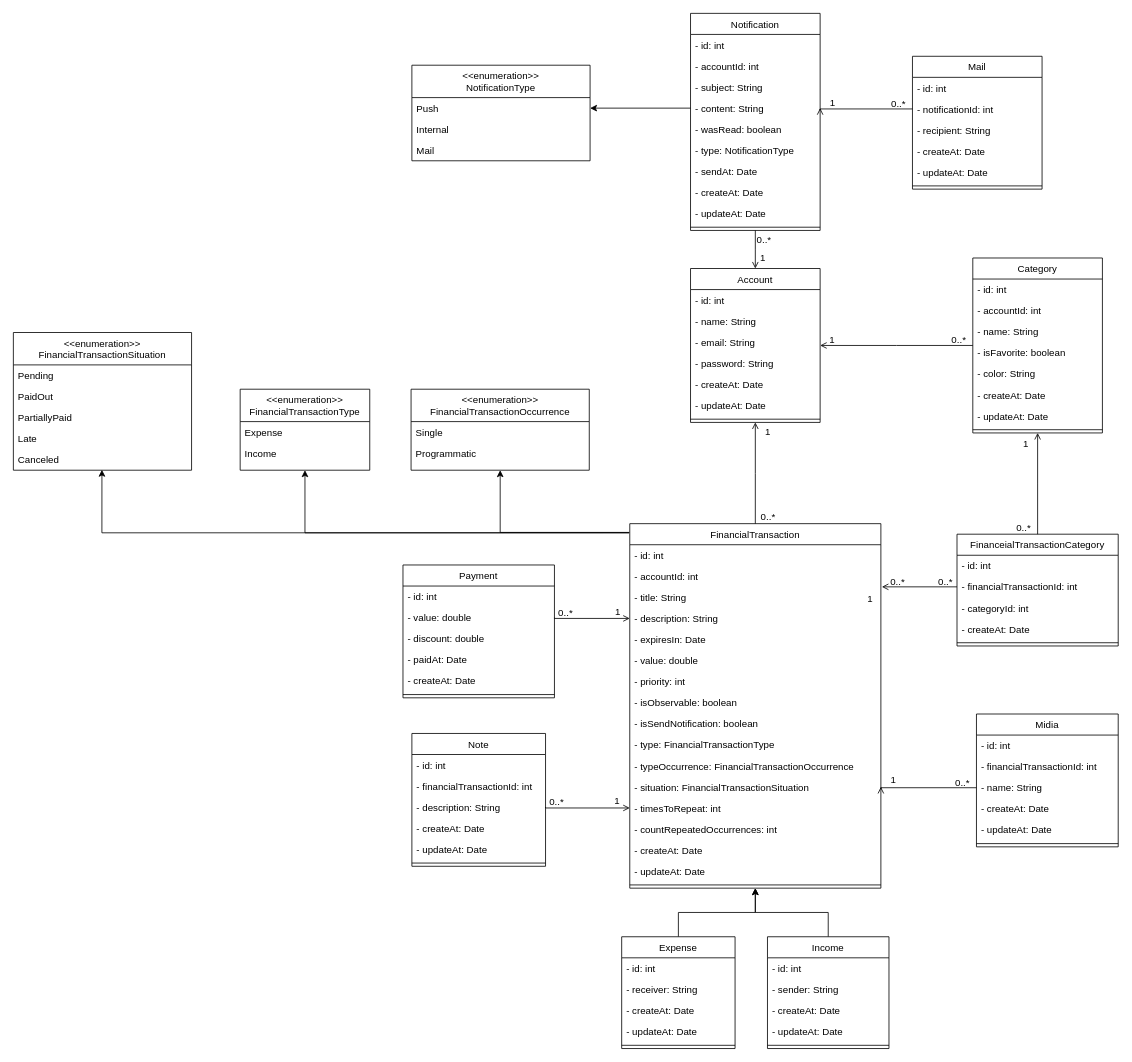
The draw.io diagram docs/class.diagram.drawio in Danrley-Ruan-Saquetti/esliph-finance, before the edit. Source tidied: cells renumbered, new cells numbered last; positions are measured from the earlier drawing's top-left corner, leaving out a move shared by most shapes. Both pictures are drawn from the tidied source at 81%, with x=0, y=0 at pixel (13, 13).
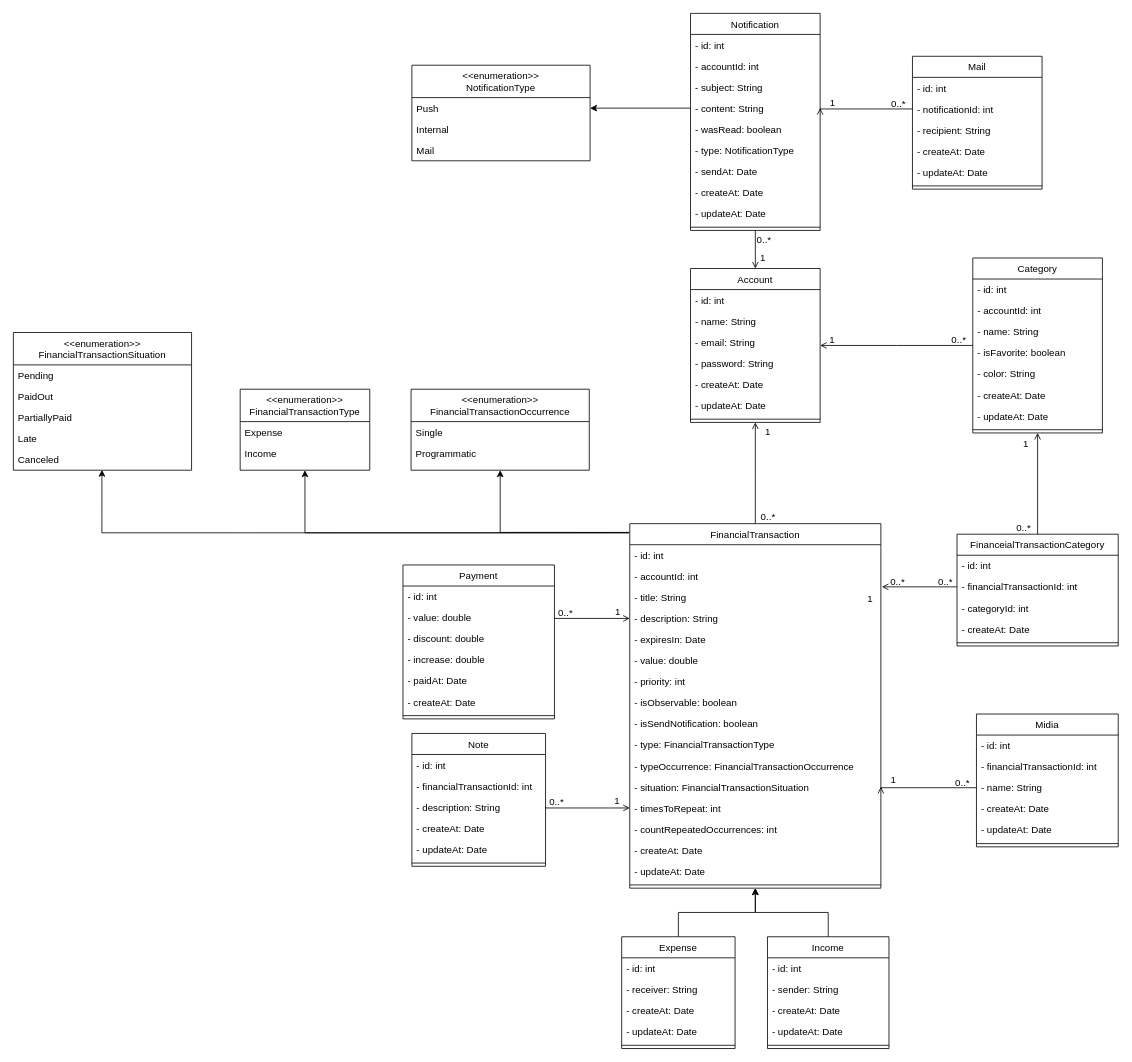
After the change.

Commit message:
add "increase" in payment

The edit, as a diff of the source:
```diff
@@
     <mxCell id="97" value="Payment" style="swimlane;fontStyle=0;align=center;verticalAlign=top;horizontal=1;startSize=26;rounded=0;shadow=0;strokeWidth=1;" parent="1" vertex="1">
-      <mxGeometry x="481" y="681" width="187" height="164" as="geometry" />
+      <mxGeometry x="481" y="681" width="187" height="190" as="geometry" />
     </mxCell>
@@
+    <mxCell id="144" value="- increase: double" style="text;align=left;verticalAlign=top;spacingLeft=4;spacingRight=4;overflow=hidden;" parent="97" vertex="1">
+      <mxGeometry y="104" width="187" height="26" as="geometry" />
+    </mxCell>
     <mxCell id="101" value="- paidAt: Date" style="text;align=left;verticalAlign=top;spacingLeft=4;spacingRight=4;overflow=hidden;" parent="97" vertex="1">
-      <mxGeometry y="104" width="187" height="26" as="geometry" />
+      <mxGeometry y="130" width="187" height="26" as="geometry" />
     </mxCell>
     <mxCell id="102" value="- createAt: Date" style="text;align=left;verticalAlign=top;spacingLeft=4;spacingRight=4;overflow=hidden;rounded=0;shadow=0;html=0;" parent="97" vertex="1">
-      <mxGeometry y="130" width="187" height="26" as="geometry" />
+      <mxGeometry y="156" width="187" height="26" as="geometry" />
     </mxCell>
     <mxCell id="103" style="line;html=1;strokeWidth=1;align=left;verticalAlign=middle;spacingTop=-1;spacingLeft=3;spacingRight=3;labelPosition=right;" parent="97" vertex="1">
-      <mxGeometry y="156" width="187" height="8" as="geometry" />
+      <mxGeometry y="182" width="187" height="8" as="geometry" />
     </mxCell>
```
